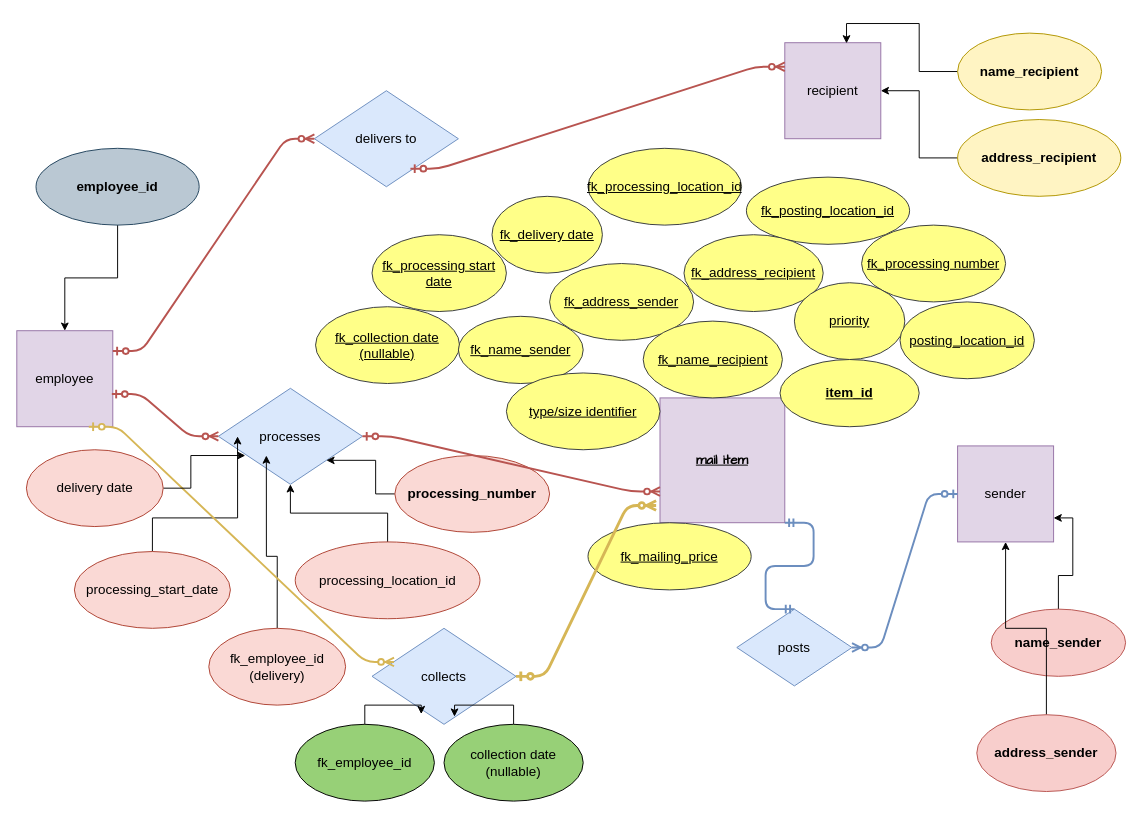
Carina20/CFLMS-Carina-CodeReview-09 keeps this draw.io diagram as database_development_CR09/ERdiagram_CR09.drawio. Above is the earlier version. Source tidied: cells renumbered, new cells numbered last; positions are measured from the earlier drawing's top-left corner, leaving out a move shared by most shapes. Both pictures are drawn from the tidied source at 96%, with x=0, y=0 at pixel (16, 33).
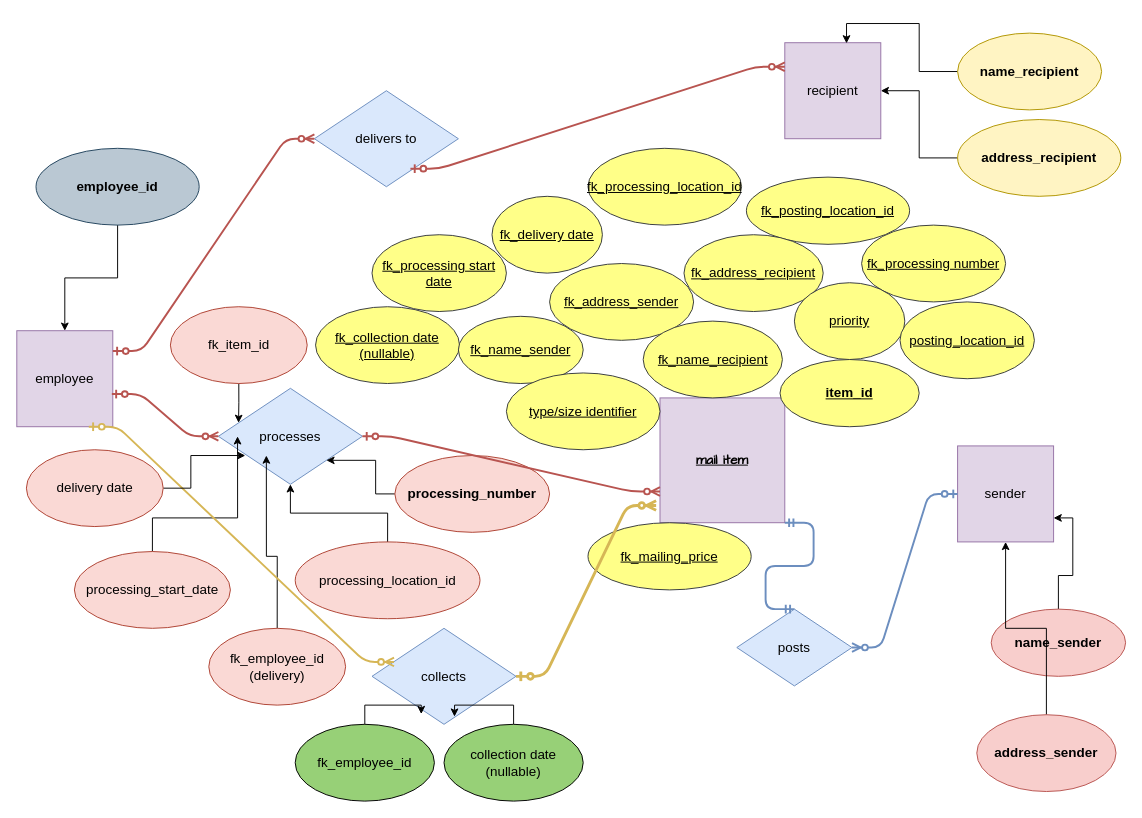
After the change.

The change refers to these unchanged cells:
```xml
<mxCell id="11" value="processes" style="rhombus;whiteSpace=wrap;html=1;fontSize=14;fillColor=#dae8fc;strokeColor=#6c8ebf;" parent="1" vertex="1">
  <mxGeometry x="210" y="370" width="150" height="100" as="geometry" />
</mxCell>
```

What changed in the source:
```diff
@@
+    <mxCell id="57" style="edgeStyle=orthogonalEdgeStyle;rounded=0;jettySize=auto;html=1;exitX=0.5;exitY=1;exitDx=0;exitDy=0;entryX=0.14;entryY=0.36;entryDx=0;entryDy=0;entryPerimeter=0;" parent="1" edge="1" source="58" target="11">
+      <mxGeometry relative="1" as="geometry" />
+    </mxCell>
+    <mxCell id="58" value="fk_item_id" style="ellipse;whiteSpace=wrap;html=1;fontSize=14;fillColor=#fad9d5;strokeColor=#ae4132;" parent="1" vertex="1">
+      <mxGeometry x="160" y="285" width="142.5" height="80" as="geometry" />
+    </mxCell>
```
